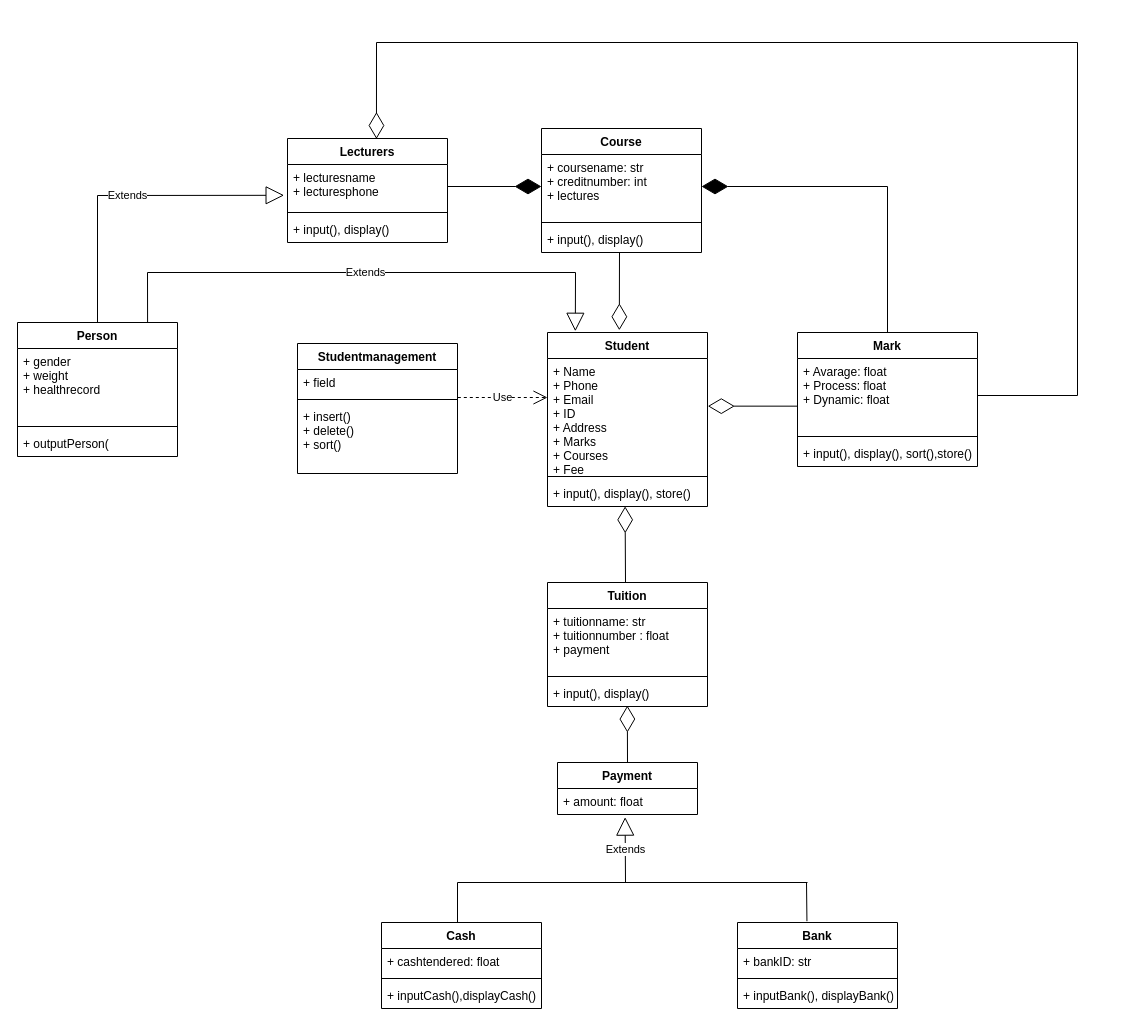
Before: Untitled Diagram.drawio in RifleB-1311/Baitap1-nhom2, a draw.io diagram. Source tidied: cells renumbered, new cells numbered last; positions are measured from the earlier drawing's top-left corner, leaving out a move shared by most shapes. Both pictures are drawn from the tidied source at 100%, with x=0, y=0 at pixel (17, 42).
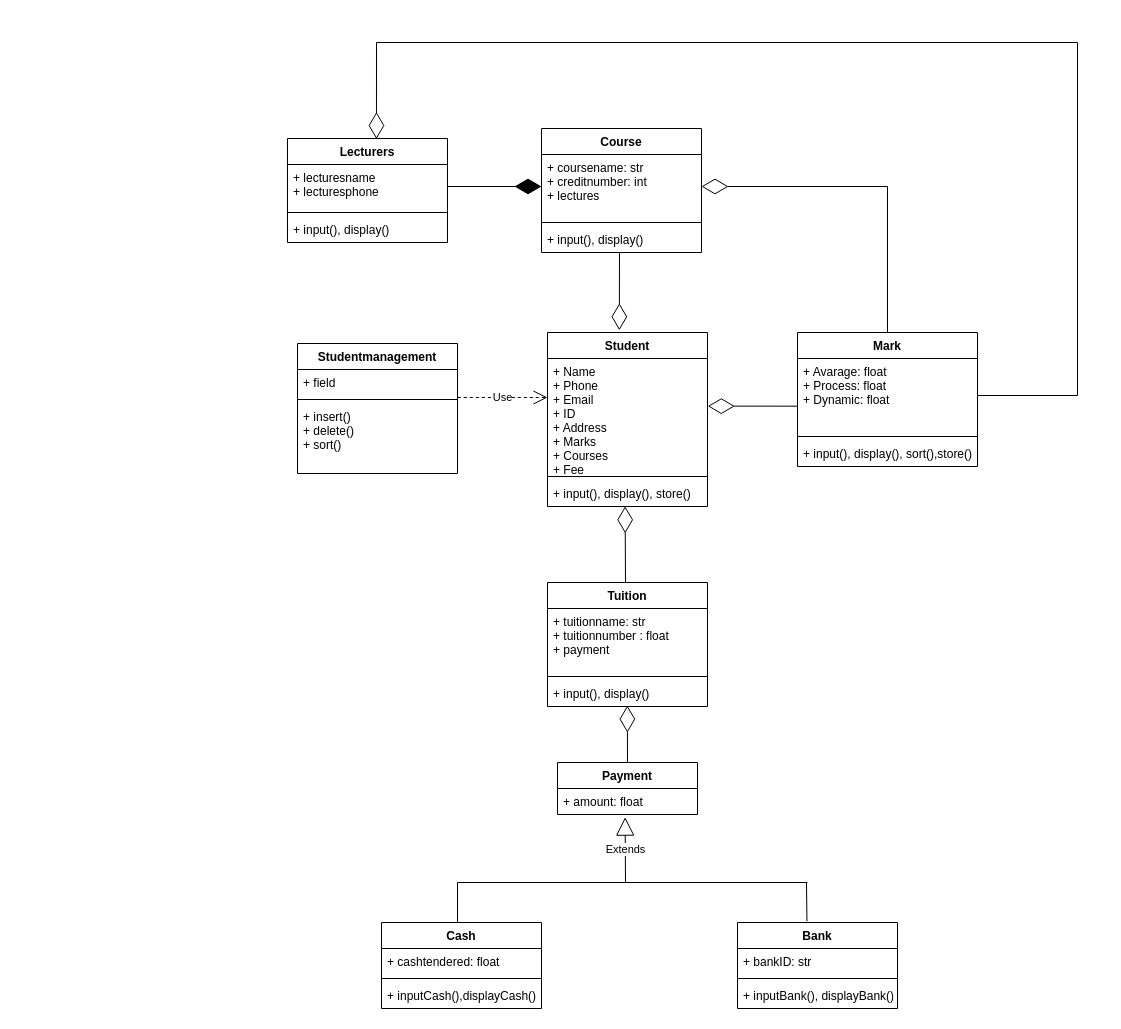
The same diagram, later.

The change refers to these unchanged cells:
```xml
<mxCell id="2" value="Student" style="swimlane;fontStyle=1;align=center;verticalAlign=top;horizontal=1;startSize=26;" parent="1" vertex="1">
  <mxGeometry x="530" y="290" width="160" height="174" as="geometry" />
</mxCell>
<mxCell id="6" value="Mark" style="swimlane;fontStyle=1;align=center;verticalAlign=top;horizontal=1;startSize=26;" parent="1" vertex="1">
  <mxGeometry x="780" y="290" width="180" height="134" as="geometry" />
</mxCell>
<mxCell id="11" value="+ coursename: str&#10;+ creditnumber: int&#10;+ lectures" style="text;strokeColor=none;fillColor=none;align=left;verticalAlign=top;spacingLeft=4;spacingRight=4;overflow=hidden;points=[[0,0.5],[1,0.5]];portConstraint=eastwest;" parent="10" vertex="1">
  <mxGeometry y="26" width="160" height="64" as="geometry" />
</mxCell>
<mxCell id="32" value="+ lecturesname&#10;+ lecturesphone" style="text;strokeColor=none;fillColor=none;align=left;verticalAlign=top;spacingLeft=4;spacingRight=4;overflow=hidden;points=[[0,0.5],[1,0.5]];portConstraint=eastwest;" parent="31" vertex="1">
  <mxGeometry y="26" width="160" height="44" as="geometry" />
</mxCell>
```

Change to the diagram source:
```diff
@@
-    <mxCell id="47" value="Person" style="swimlane;fontStyle=1;align=center;verticalAlign=top;horizontal=1;startSize=26;" parent="1" vertex="1">
-      <mxGeometry y="280" width="160" height="134" as="geometry" />
-    </mxCell>
-    <mxCell id="48" value="+ gender&#10;+ weight&#10;+ healthrecord" style="text;strokeColor=none;fillColor=none;align=left;verticalAlign=top;spacingLeft=4;spacingRight=4;overflow=hidden;" parent="47" vertex="1">
-      <mxGeometry y="26" width="160" height="74" as="geometry" />
-    </mxCell>
-    <mxCell id="49" style="line;strokeWidth=1;fillColor=none;align=left;verticalAlign=middle;spacingTop=-1;spacingLeft=3;spacingRight=3;labelPosition=right;" parent="47" vertex="1">
-      <mxGeometry y="100" width="160" height="8" as="geometry" />
-    </mxCell>
-    <mxCell id="50" value="+ outputPerson(" style="text;strokeColor=none;fillColor=none;align=left;verticalAlign=top;spacingLeft=4;spacingRight=4;overflow=hidden;" parent="47" vertex="1">
-      <mxGeometry y="108" width="160" height="26" as="geometry" />
-    </mxCell>
-    <mxCell id="51" value="Extends" style="endArrow=block;endSize=16;endFill=0;html=1;rounded=0;exitX=0.5;exitY=0;exitDx=0;exitDy=0;entryX=-0.021;entryY=0.7;entryDx=0;entryDy=0;entryPerimeter=0;" parent="1" edge="1" source="47" target="32">
-      <mxGeometry relative="1" as="geometry">
-        <Array as="points">
-          <mxPoint x="80" y="153" />
-        </Array>
-      </mxGeometry>
-    </mxCell>
-    <mxCell id="52" value="Extends" style="endArrow=block;endSize=16;endFill=0;html=1;rounded=0;exitX=0.813;exitY=0;exitDx=0;exitDy=0;exitPerimeter=0;entryX=0.174;entryY=-0.007;entryDx=0;entryDy=0;entryPerimeter=0;" parent="1" edge="1" source="47" target="2">
-      <mxGeometry relative="1" as="geometry">
-        <Array as="points">
-          <mxPoint x="130" y="230" />
-          <mxPoint x="558" y="230" />
-        </Array>
-      </mxGeometry>
-    </mxCell>
-    <mxCell id="53" style="endArrow=diamondThin;endFill=1;endSize=24;html=1;rounded=0;entryX=1;entryY=0.5;entryDx=0;entryDy=0;exitX=0.5;exitY=0;exitDx=0;exitDy=0;" parent="1" edge="1" source="6" target="11">
+    <mxCell id="53" style="endArrow=diamondThin;endFill=0;endSize=24;html=1;rounded=0;exitX=0.5;exitY=0;exitDx=0;exitDy=0;entryX=1;entryY=0.5;entryDx=0;entryDy=0;" parent="1" edge="1" source="6" target="11">
       <mxGeometry relative="1" as="geometry">
         <Array as="points">
           <mxPoint x="870" y="144" />
         </Array>
       </mxGeometry>
     </mxCell>
```
